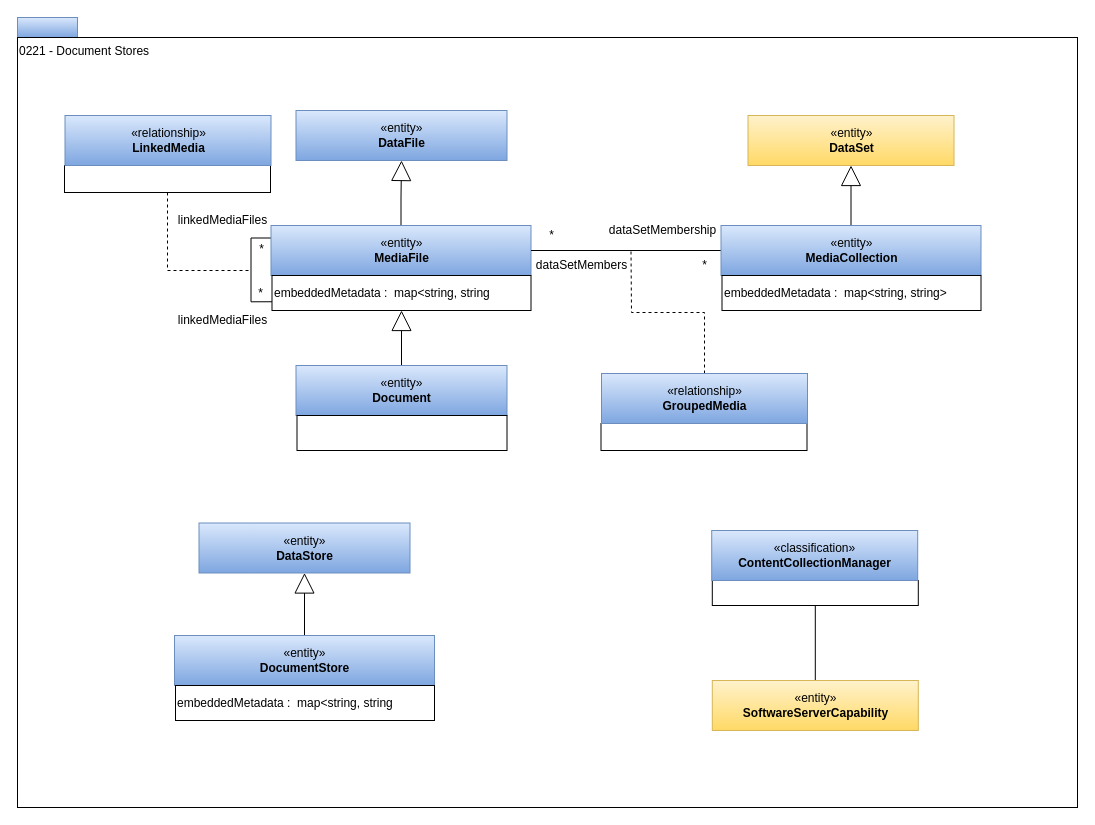
Above: page "0221-Document-Stores" (9 of 21) of site/docs/types/2/area-2-assets.drawio in odpi/egeria-docs (draw.io), before the change. Source tidied: cells renumbered, new cells numbered last; positions are measured from the earlier drawing's top-left corner, leaving out a move shared by most shapes. Both pictures are drawn from the tidied source at 100%, with x=0, y=0 at pixel (17, 17).
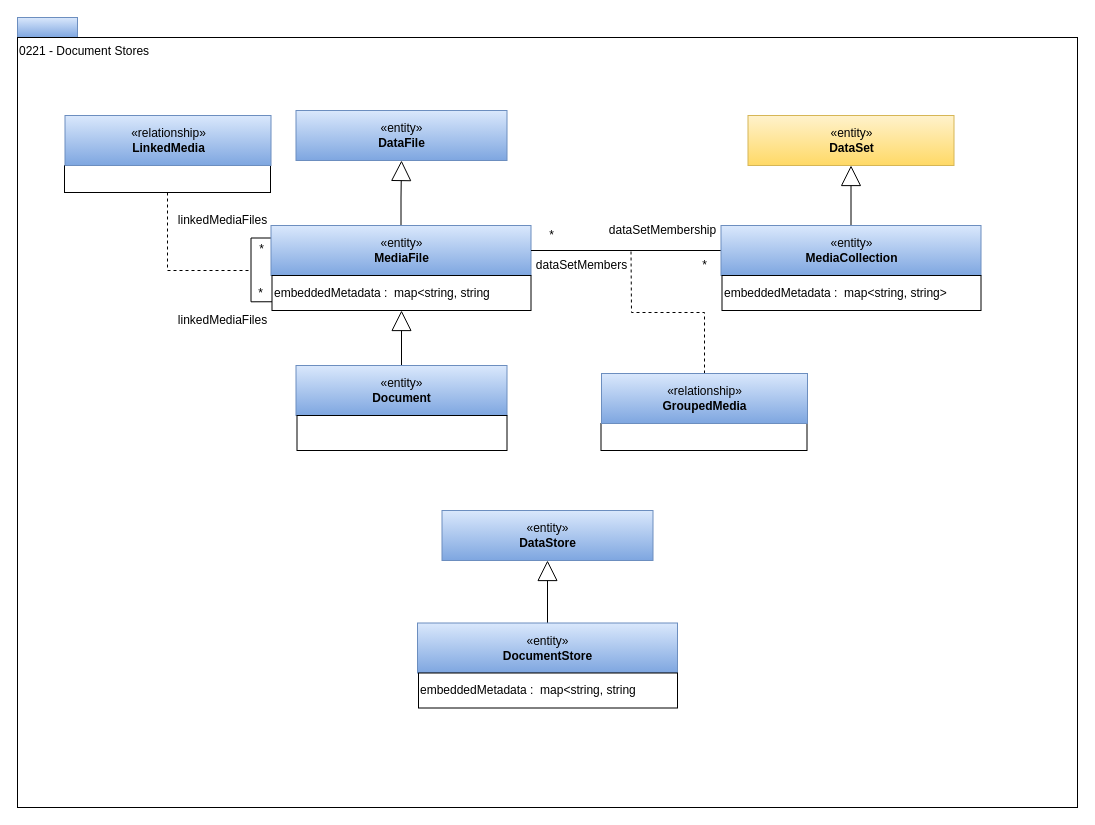
After the change.

Change to the diagram source:
```diff
@@
-    <mxCell id="4" style="edgeStyle=orthogonalEdgeStyle;rounded=0;jettySize=auto;html=1;exitX=0.5;exitY=1;exitDx=0;exitDy=0;entryX=0.5;entryY=0;entryDx=0;entryDy=0;endArrow=none;endFill=0;" parent="1" edge="1" source="5" target="7">
-      <mxGeometry relative="1" as="geometry" />
-    </mxCell>
-    <mxCell id="5" style="rounded=0;whiteSpace=wrap;html=1;strokeColor=#000000;gradientColor=#ffffff;align=left;" parent="1" vertex="1">
-      <mxGeometry x="694.8" y="563" width="206" height="25" as="geometry" />
-    </mxCell>
-    <mxCell id="6" value="«classification»&lt;br&gt;&lt;b&gt;ContentCollectionManager&lt;/b&gt;" style="html=1;strokeColor=#6c8ebf;align=center;fillColor=#dae8fc;gradientColor=#7ea6e0;" parent="1" vertex="1">
-      <mxGeometry x="694.2" y="513" width="206" height="50" as="geometry" />
-    </mxCell>
-    <mxCell id="7" value="«entity»&lt;br&gt;&lt;b&gt;SoftwareServerCapability&lt;/b&gt;&lt;br&gt;" style="html=1;strokeColor=#d6b656;align=center;fillColor=#fff2cc;gradientColor=#ffd966;" parent="1" vertex="1">
-      <mxGeometry x="694.8" y="663" width="206" height="50" as="geometry" />
-    </mxCell>
@@
     <mxCell id="21" value="«entity»&lt;br&gt;&lt;b&gt;DataStore&lt;/b&gt;" style="html=1;strokeColor=#6c8ebf;align=center;fillColor=#dae8fc;gradientColor=#7ea6e0;" parent="1" vertex="1">
-      <mxGeometry x="181.5" y="505.5" width="211" height="50" as="geometry" />
+      <mxGeometry x="424.5" y="493" width="211" height="50" as="geometry" />
     </mxCell>
@@
     <mxCell id="23" value="«entity»&lt;br&gt;&lt;b&gt;DocumentStore&lt;/b&gt;" style="html=1;strokeColor=#6c8ebf;align=center;fillColor=#dae8fc;gradientColor=#7ea6e0;" parent="1" vertex="1">
-      <mxGeometry x="157" y="618" width="260" height="50" as="geometry" />
+      <mxGeometry x="400" y="605.5" width="260" height="50" as="geometry" />
     </mxCell>
     <mxCell id="24" value="embeddedMetadata :&amp;nbsp; map&amp;lt;string, string" style="rounded=0;whiteSpace=wrap;html=1;strokeColor=#000000;gradientColor=#ffffff;align=left;" parent="1" vertex="1">
-      <mxGeometry x="158" y="668" width="259" height="35" as="geometry" />
+      <mxGeometry x="401" y="655.5" width="259" height="35" as="geometry" />
     </mxCell>
```
